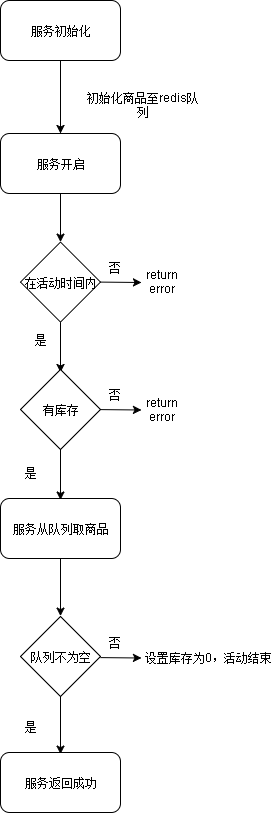
Above: flow.png in WindNotStop/seckill (draw.io), before the change. Source tidied: cells renumbered, new cells last; positions are measured from the earlier drawing's top-left corner, leaving out a move shared by most shapes.
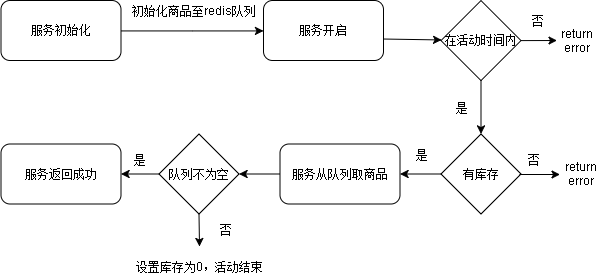
Above is the later version.

What changed in the source:
```diff
@@ -2,101 +2,90 @@
   <root>
     <mxCell id="0" />
     <mxCell id="1" parent="0" />
-    <mxCell id="2" style="edgeStyle=orthogonalEdgeStyle;rounded=0;jettySize=auto;html=1;exitX=0.5;exitY=1;exitDx=0;exitDy=0;" parent="1" edge="1" source="3" target="5">
+    <mxCell id="2" style="edgeStyle=orthogonalEdgeStyle;rounded=0;jettySize=auto;html=1;exitX=1;exitY=0.5;exitDx=0;exitDy=0;" parent="1" edge="1" source="3" target="5">
       <mxGeometry relative="1" as="geometry" />
     </mxCell>
     <mxCell id="3" value="服务初始化" style="rounded=1;whiteSpace=wrap;html=1;" parent="1" vertex="1">
-      <mxGeometry width="120" height="60" as="geometry" />
+      <mxGeometry x="-128.5" width="120" height="60" as="geometry" />
     </mxCell>
-    <mxCell id="4" style="edgeStyle=none;rounded=0;jettySize=auto;html=1;exitX=0.5;exitY=1;exitDx=0;exitDy=0;" parent="1" edge="1" source="5" target="9">
-      <mxGeometry relative="1" as="geometry" />
+    <mxCell id="4" style="edgeStyle=none;rounded=0;jettySize=auto;html=1;" parent="1" edge="1" target="9">
+      <mxGeometry relative="1" as="geometry">
+        <mxPoint x="222" y="38" as="sourcePoint" />
+      </mxGeometry>
     </mxCell>
     <mxCell id="5" value="服务开启" style="rounded=1;whiteSpace=wrap;html=1;" parent="1" vertex="1">
-      <mxGeometry y="133" width="120" height="60" as="geometry" />
+      <mxGeometry x="134" width="120" height="60" as="geometry" />
     </mxCell>
-    <mxCell id="6" value="初始化商品至redis队列" style="text;html=1;strokeColor=none;fillColor=none;align=center;verticalAlign=middle;whiteSpace=wrap;rounded=0;" parent="1" vertex="1">
-      <mxGeometry x="71" y="86.5" width="142" height="20" as="geometry" />
+    <mxCell id="6" value="初始化商品至redis队列 &amp;nbsp;" style="text;html=1;strokeColor=none;fillColor=none;align=center;verticalAlign=middle;whiteSpace=wrap;rounded=0;" parent="1" vertex="1">
+      <mxGeometry x="-8.5" width="146" height="20" as="geometry" />
     </mxCell>
-    <mxCell id="7" style="edgeStyle=none;rounded=0;jettySize=auto;html=1;exitX=0.5;exitY=1;exitDx=0;exitDy=0;" parent="1" edge="1" source="9">
-      <mxGeometry relative="1" as="geometry">
-        <mxPoint x="60" y="372" as="targetPoint" />
-      </mxGeometry>
+    <mxCell id="7" style="edgeStyle=none;rounded=0;jettySize=auto;html=1;exitX=0.5;exitY=1;exitDx=0;exitDy=0;" parent="1" edge="1" source="9" target="13">
+      <mxGeometry relative="1" as="geometry" />
     </mxCell>
-    <mxCell id="8" style="edgeStyle=none;rounded=0;jettySize=auto;html=1;exitX=1;exitY=0.5;exitDx=0;exitDy=0;" parent="1" edge="1" source="9">
-      <mxGeometry relative="1" as="geometry">
-        <mxPoint x="141" y="282" as="targetPoint" />
-      </mxGeometry>
+    <mxCell id="8" style="edgeStyle=none;rounded=0;jettySize=auto;html=1;exitX=1;exitY=0.5;exitDx=0;exitDy=0;entryX=0;entryY=0.5;entryDx=0;entryDy=0;" parent="1" edge="1" source="9" target="12">
+      <mxGeometry relative="1" as="geometry" />
     </mxCell>
     <mxCell id="9" value="在活动时间内" style="rhombus;whiteSpace=wrap;html=1;" parent="1" vertex="1">
-      <mxGeometry x="20" y="241.6" width="80" height="80" as="geometry" />
+      <mxGeometry x="311.5" y="0.1" width="80" height="80" as="geometry" />
     </mxCell>
     <mxCell id="10" value="否" style="text;html=1;strokeColor=none;fillColor=none;align=center;verticalAlign=middle;whiteSpace=wrap;rounded=0;" parent="1" vertex="1">
-      <mxGeometry x="94.1" y="256.5" width="40" height="20" as="geometry" />
+      <mxGeometry x="387.6" y="10" width="40" height="20" as="geometry" />
     </mxCell>
     <mxCell id="11" value="是" style="text;html=1;strokeColor=none;fillColor=none;align=center;verticalAlign=middle;whiteSpace=wrap;rounded=0;" parent="1" vertex="1">
-      <mxGeometry x="20.1" y="328.5" width="40" height="20" as="geometry" />
+      <mxGeometry x="311.6" y="97" width="40" height="20" as="geometry" />
     </mxCell>
     <mxCell id="12" value="return error" style="text;html=1;strokeColor=none;fillColor=none;align=center;verticalAlign=middle;whiteSpace=wrap;rounded=0;" parent="1" vertex="1">
-      <mxGeometry x="142" y="271.5" width="40" height="20" as="geometry" />
+      <mxGeometry x="427.5" y="30" width="40" height="20" as="geometry" />
     </mxCell>
     <mxCell id="13" value="有库存" style="rhombus;whiteSpace=wrap;html=1;" parent="1" vertex="1">
-      <mxGeometry x="20" y="369" width="80" height="80" as="geometry" />
+      <mxGeometry x="311.5" y="133.5" width="80" height="80" as="geometry" />
     </mxCell>
-    <mxCell id="14" style="edgeStyle=none;rounded=0;orthogonalLoop=1;jettySize=auto;html=1;exitX=1;exitY=0.5;exitDx=0;exitDy=0;" parent="1" edge="1">
+    <mxCell id="14" style="edgeStyle=none;rounded=0;orthogonalLoop=1;jettySize=auto;html=1;" parent="1" edge="1">
       <mxGeometry relative="1" as="geometry">
-        <mxPoint x="100" y="409.1" as="sourcePoint" />
-        <mxPoint x="141" y="409.5" as="targetPoint" />
+        <mxPoint x="390" y="174" as="sourcePoint" />
+        <mxPoint x="430.5" y="174" as="targetPoint" />
       </mxGeometry>
     </mxCell>
     <mxCell id="15" value="否" style="text;html=1;strokeColor=none;fillColor=none;align=center;verticalAlign=middle;whiteSpace=wrap;rounded=0;" parent="1" vertex="1">
-      <mxGeometry x="94.1" y="384" width="40" height="20" as="geometry" />
+      <mxGeometry x="383.6" y="148.5" width="40" height="20" as="geometry" />
     </mxCell>
     <mxCell id="16" value="return error" style="text;html=1;strokeColor=none;fillColor=none;align=center;verticalAlign=middle;whiteSpace=wrap;rounded=0;" parent="1" vertex="1">
-      <mxGeometry x="142" y="399" width="40" height="20" as="geometry" />
+      <mxGeometry x="431.5" y="163.5" width="40" height="20" as="geometry" />
     </mxCell>
-    <mxCell id="17" style="edgeStyle=none;rounded=0;orthogonalLoop=1;jettySize=auto;html=1;exitX=0.5;exitY=1;exitDx=0;exitDy=0;" parent="1" edge="1">
-      <mxGeometry relative="1" as="geometry">
-        <mxPoint x="60" y="449.1" as="sourcePoint" />
-        <mxPoint x="60" y="499.5" as="targetPoint" />
-      </mxGeometry>
+    <mxCell id="17" style="edgeStyle=none;rounded=0;jettySize=auto;html=1;exitX=0;exitY=0.5;exitDx=0;exitDy=0;entryX=1;entryY=0.5;entryDx=0;entryDy=0;" parent="1" edge="1" source="13" target="20">
+      <mxGeometry relative="1" as="geometry" />
     </mxCell>
     <mxCell id="18" value="是" style="text;html=1;strokeColor=none;fillColor=none;align=center;verticalAlign=middle;whiteSpace=wrap;rounded=0;" parent="1" vertex="1">
-      <mxGeometry x="10.1" y="461.5" width="40" height="20" as="geometry" />
+      <mxGeometry x="271.6" y="143.5" width="40" height="20" as="geometry" />
     </mxCell>
-    <mxCell id="19" style="edgeStyle=none;rounded=0;jettySize=auto;html=1;exitX=0.5;exitY=1;exitDx=0;exitDy=0;" parent="1" edge="1" source="20">
-      <mxGeometry relative="1" as="geometry">
-        <mxPoint x="60" y="615.6" as="targetPoint" />
-      </mxGeometry>
+    <mxCell id="19" style="edgeStyle=none;rounded=0;jettySize=auto;html=1;exitX=0;exitY=0.5;exitDx=0;exitDy=0;entryX=1;entryY=0.5;entryDx=0;entryDy=0;" parent="1" edge="1" source="20" target="21">
+      <mxGeometry relative="1" as="geometry" />
     </mxCell>
     <mxCell id="20" value="服务从队列取商品" style="rounded=1;whiteSpace=wrap;html=1;" parent="1" vertex="1">
-      <mxGeometry y="498" width="120" height="60" as="geometry" />
+      <mxGeometry x="150.5" y="143.5" width="120" height="60" as="geometry" />
     </mxCell>
     <mxCell id="21" value="队列不为空" style="rhombus;whiteSpace=wrap;html=1;" parent="1" vertex="1">
-      <mxGeometry x="20" y="616" width="80" height="80" as="geometry" />
+      <mxGeometry x="29.5" y="133.5" width="80" height="80" as="geometry" />
     </mxCell>
-    <mxCell id="22" style="edgeStyle=none;rounded=0;orthogonalLoop=1;jettySize=auto;html=1;exitX=0.5;exitY=1;exitDx=0;exitDy=0;" parent="1" edge="1">
-      <mxGeometry relative="1" as="geometry">
-        <mxPoint x="60" y="696" as="sourcePoint" />
-        <mxPoint x="60" y="753.6" as="targetPoint" />
-      </mxGeometry>
+    <mxCell id="22" style="edgeStyle=none;rounded=0;jettySize=auto;html=1;exitX=0;exitY=0.5;exitDx=0;exitDy=0;entryX=1;entryY=0.5;entryDx=0;entryDy=0;" parent="1" edge="1" source="21" target="27">
+      <mxGeometry relative="1" as="geometry" />
     </mxCell>
-    <mxCell id="23" style="edgeStyle=none;rounded=0;orthogonalLoop=1;jettySize=auto;html=1;exitX=1;exitY=0.5;exitDx=0;exitDy=0;" parent="1" edge="1">
+    <mxCell id="23" style="edgeStyle=none;rounded=0;jettySize=auto;html=1;exitX=0.5;exitY=1;exitDx=0;exitDy=0;" parent="1" edge="1" source="21">
       <mxGeometry relative="1" as="geometry">
-        <mxPoint x="100" y="657.1" as="sourcePoint" />
-        <mxPoint x="141" y="657.5" as="targetPoint" />
+        <mxPoint x="70" y="246" as="targetPoint" />
       </mxGeometry>
     </mxCell>
     <mxCell id="24" value="否" style="text;html=1;strokeColor=none;fillColor=none;align=center;verticalAlign=middle;whiteSpace=wrap;rounded=0;" parent="1" vertex="1">
-      <mxGeometry x="94.1" y="632" width="40" height="20" as="geometry" />
+      <mxGeometry x="76.1" y="218.5" width="40" height="20" as="geometry" />
     </mxCell>
     <mxCell id="25" value="设置库存为0，活动结束" style="text;html=1;strokeColor=none;fillColor=none;align=center;verticalAlign=middle;whiteSpace=wrap;rounded=0;" parent="1" vertex="1">
-      <mxGeometry x="142" y="647" width="132" height="20" as="geometry" />
+      <mxGeometry x="3.5" y="255.5" width="132" height="20" as="geometry" />
     </mxCell>
     <mxCell id="26" value="是" style="text;html=1;strokeColor=none;fillColor=none;align=center;verticalAlign=middle;whiteSpace=wrap;rounded=0;" parent="1" vertex="1">
-      <mxGeometry x="10.1" y="715.5" width="40" height="20" as="geometry" />
+      <mxGeometry x="-9.9" y="148.5" width="40" height="20" as="geometry" />
     </mxCell>
     <mxCell id="27" value="服务返回成功" style="rounded=1;whiteSpace=wrap;html=1;" parent="1" vertex="1">
-      <mxGeometry y="752" width="120" height="60" as="geometry" />
+      <mxGeometry x="-128.5" y="143.5" width="120" height="60" as="geometry" />
     </mxCell>
   </root>
 </mxGraphModel>
```
